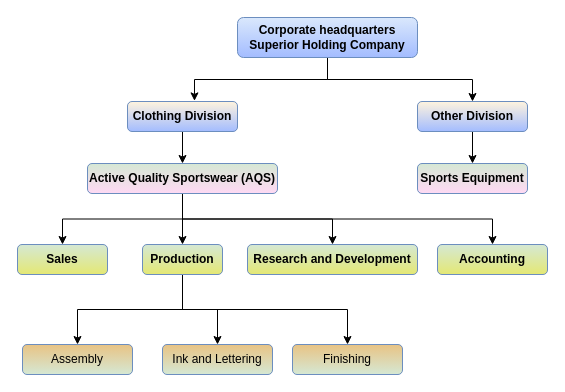
The draw.io diagram Untitled Diagram.drawio in rajeshpv-common/my-drawio, before the edit. Source tidied: cells renumbered, new cells numbered last; positions are measured from the earlier drawing's top-left corner, leaving out a move shared by most shapes. Both pictures are drawn from the tidied source at 100%, with x=0, y=0 at pixel (17, 17).
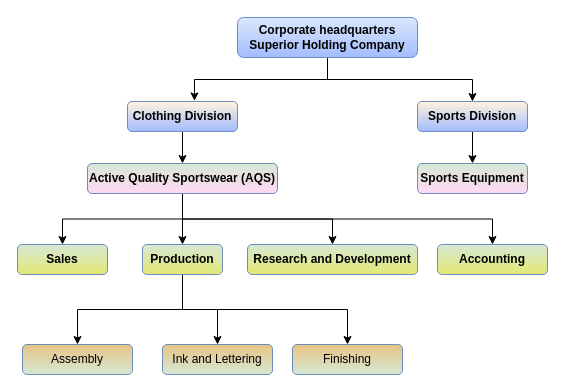
The same page after the edit.

What changed in the source:
```diff
@@
-    <mxCell id="8" value="Other Division" style="rounded=1;whiteSpace=wrap;html=1;fillColor=#FFF4DE;strokeColor=#6c8ebf;shadow=0;gradientColor=#A3BCFF;gradientDirection=south;fontStyle=1;" parent="1" vertex="1">
+    <mxCell id="8" value="Sports Division" style="rounded=1;whiteSpace=wrap;html=1;fillColor=#FFF4DE;strokeColor=#6c8ebf;shadow=0;gradientColor=#A3BCFF;gradientDirection=south;fontStyle=1;" parent="1" vertex="1">
       <mxGeometry x="400" y="84" width="110" height="30" as="geometry" />
     </mxCell>
```
